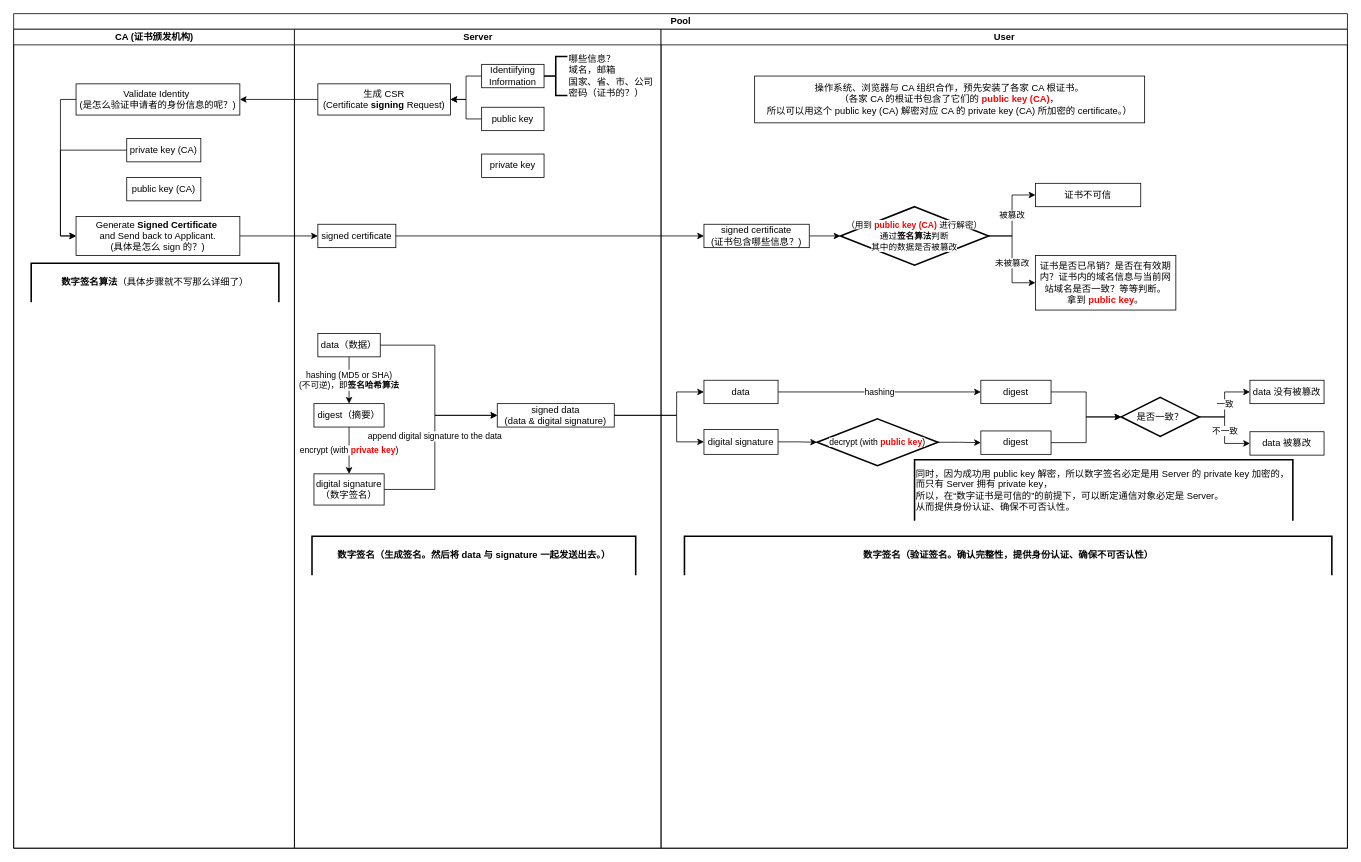
kevinfszu/draw.io-diagram keeps this draw.io diagram as HTTPS 与数字签名.drawio. Above is the earlier version. Source tidied: cells renumbered, new cells numbered last; positions are measured from the earlier drawing's top-left corner, leaving out a move shared by most shapes. Both pictures are drawn from the tidied source at 78%, with x=0, y=0 at pixel (13, 13).
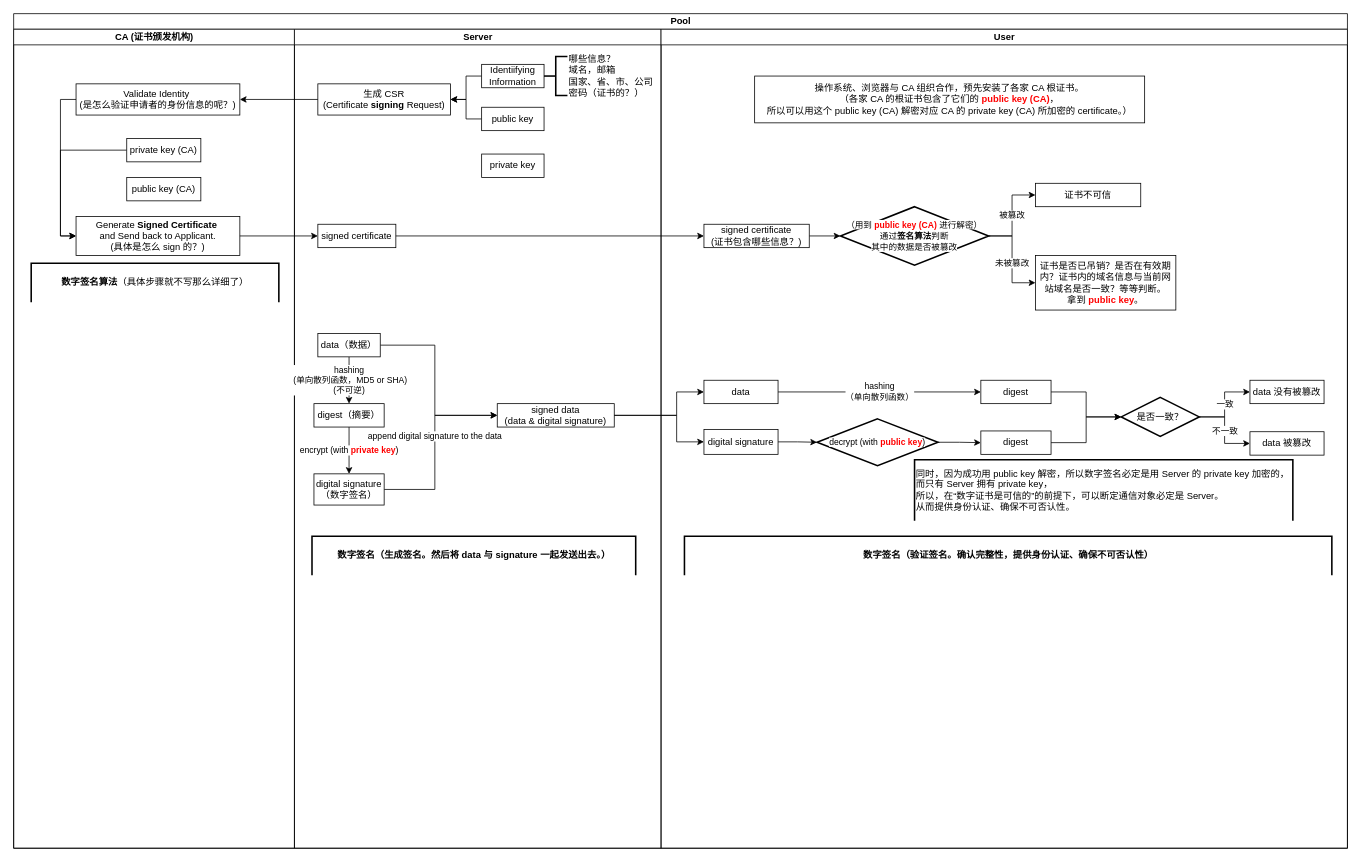
The same diagram, later.

Commit message:
更新HTTPS 与数字签名.drawio

The change refers to these unchanged cells:
```xml
<mxCell id="11" value="Server" style="swimlane;html=1;startSize=20;" parent="2" vertex="1">
  <mxGeometry x="360" y="20" width="470" height="1050" as="geometry" />
</mxCell>
<mxCell id="14" value="data（数据）" style="whiteSpace=wrap;html=1;" parent="11" vertex="1">
  <mxGeometry x="30" y="390" width="80" height="30" as="geometry" />
</mxCell>
<mxCell id="16" value="digest（摘要）" style="whiteSpace=wrap;html=1;" parent="11" vertex="1">
  <mxGeometry x="25" y="480" width="90" height="30" as="geometry" />
</mxCell>
<mxCell id="34" value="User" style="swimlane;html=1;startSize=20;" parent="2" vertex="1">
  <mxGeometry x="830" y="20" width="880" height="1050" as="geometry" />
</mxCell>
<mxCell id="36" value="data" style="whiteSpace=wrap;html=1;" parent="34" vertex="1">
  <mxGeometry x="55" y="450" width="95" height="30" as="geometry" />
</mxCell>
<mxCell id="40" value="digest" style="whiteSpace=wrap;html=1;" parent="34" vertex="1">
  <mxGeometry x="410" y="450" width="90" height="30" as="geometry" />
</mxCell>
```

What changed in the source:
```diff
@@
-    <mxCell id="12" value="hashing (MD5 or SHA)&lt;br&gt;(不可逆)，即&lt;b&gt;签名哈希算法&lt;/b&gt;" style="edgeStyle=orthogonalEdgeStyle;rounded=0;jettySize=auto;html=1;exitX=0.5;exitY=1;exitDx=0;exitDy=0;entryX=0.5;entryY=0;entryDx=0;entryDy=0;" parent="11" edge="1" source="14" target="16">
+    <mxCell id="12" value="hashing&lt;br&gt;&amp;nbsp;(单向散列函数，MD5 or SHA)&lt;br&gt;(不可逆)" style="edgeStyle=orthogonalEdgeStyle;rounded=0;jettySize=auto;html=1;exitX=0.5;exitY=1;exitDx=0;exitDy=0;entryX=0.5;entryY=0;entryDx=0;entryDy=0;" parent="11" edge="1" source="14" target="16">
       <mxGeometry relative="1" as="geometry" />
     </mxCell>
@@
-    <mxCell id="35" value="hashing" style="edgeStyle=orthogonalEdgeStyle;rounded=0;jettySize=auto;html=1;exitX=1;exitY=0.5;exitDx=0;exitDy=0;" parent="34" edge="1" source="36" target="40">
+    <mxCell id="35" value="hashing&lt;br&gt;（单向散列函数）" style="edgeStyle=orthogonalEdgeStyle;rounded=0;jettySize=auto;html=1;exitX=1;exitY=0.5;exitDx=0;exitDy=0;" parent="34" edge="1" source="36" target="40">
       <mxGeometry relative="1" as="geometry" />
     </mxCell>
```
